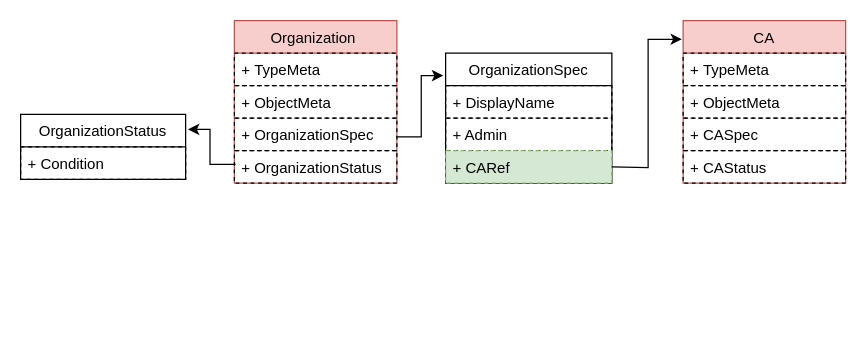
Above: page "Page-1" (1 of 2) of dev_design/models-design/organization.drawio in bestchains/product-design (draw.io), before the change. Source tidied: cells renumbered, new cells numbered last; positions are measured from the earlier drawing's top-left corner, leaving out a move shared by most shapes. Both pictures are drawn from the tidied source at 125%, with x=0, y=0 at pixel (20, 20).
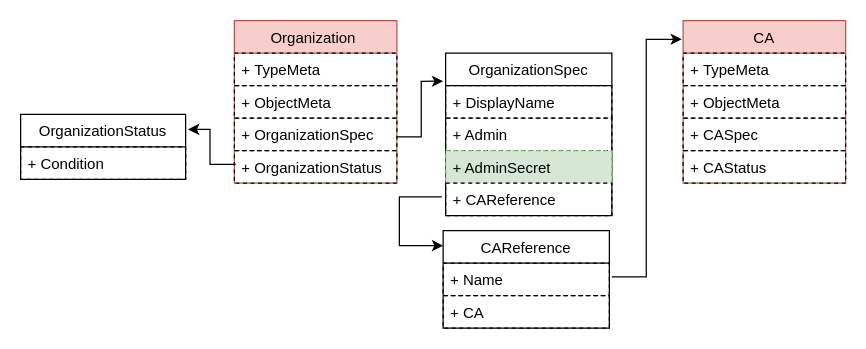
Above is the later version.

Commit message (it also covers changes not shown here):
fix: add CAReference and AdminSecret to crd Organization

The change refers to these unchanged cells:
```xml
<mxCell id="13" value="CA" style="swimlane;fontStyle=0;horizontal=1;startSize=26;fillColor=#f8cecc;rounded=0;shadow=0;comic=0;swimlaneLine=1;glass=0;swimlaneFillColor=none;strokeColor=#b85450;" parent="1" vertex="1">
  <mxGeometry x="530" width="130" height="130" as="geometry" />
</mxCell>
```

What changed in the source:
```diff
@@
     <mxCell id="2" value="OrganizationSpec" style="swimlane;fontStyle=0;horizontal=1;startSize=26;fillColor=none;rounded=0;shadow=0;comic=0;" parent="1" vertex="1">
-      <mxGeometry x="340" y="26" width="133" height="104" as="geometry" />
+      <mxGeometry x="340" y="26" width="133" height="130" as="geometry" />
     </mxCell>
@@
-    <mxCell id="5" value="+ CARef" style="text;strokeColor=#82b366;fillColor=#d5e8d4;align=left;verticalAlign=top;spacingLeft=4;spacingRight=4;overflow=hidden;dashed=1;rounded=0;" parent="2" vertex="1">
+    <mxCell id="5" value="+ AdminSecret" style="text;strokeColor=#82b366;fillColor=#d5e8d4;align=left;verticalAlign=top;spacingLeft=4;spacingRight=4;overflow=hidden;dashed=1;rounded=0;" parent="2" vertex="1">
       <mxGeometry y="78" width="133" height="26" as="geometry" />
     </mxCell>
+    <mxCell id="21" value="+ CAReference&#10;  " style="text;strokeColor=#000000;fillColor=none;align=left;verticalAlign=top;spacingLeft=4;spacingRight=4;overflow=hidden;points=[[0,0.5],[1,0.5]];portConstraint=eastwest;dashed=1;rounded=0;gradientColor=none;" parent="2" vertex="1">
+      <mxGeometry y="104" width="133" height="26" as="geometry" />
+    </mxCell>
@@
-    <mxCell id="20" style="endArrow=classic;html=1;rounded=0;entryX=-0.008;entryY=0.115;entryDx=0;entryDy=0;entryPerimeter=0;edgeStyle=orthogonalEdgeStyle;exitX=1;exitY=0.577;exitDx=0;exitDy=0;exitPerimeter=0;" parent="1" edge="1" target="13">
-      <mxGeometry relative="1" as="geometry">
-        <mxPoint x="473" y="117" as="sourcePoint" />
-      </mxGeometry>
+    <mxCell id="20" style="endArrow=classic;html=1;rounded=0;entryX=-0.008;entryY=0.115;entryDx=0;entryDy=0;entryPerimeter=0;edgeStyle=orthogonalEdgeStyle;exitX=1.015;exitY=0.423;exitDx=0;exitDy=0;exitPerimeter=0;" parent="1" edge="1" source="23" target="13">
+      <mxGeometry relative="1" as="geometry" />
     </mxCell>
+    <mxCell id="22" value="CAReference" style="swimlane;fontStyle=0;horizontal=1;startSize=26;fillColor=none;rounded=0;shadow=0;comic=0;" parent="1" vertex="1">
+      <mxGeometry x="338" y="168" width="133" height="78" as="geometry" />
+    </mxCell>
+    <mxCell id="23" value="+ Name" style="text;strokeColor=#000000;fillColor=none;align=left;verticalAlign=top;spacingLeft=4;spacingRight=4;overflow=hidden;points=[[0,0.5],[1,0.5]];portConstraint=eastwest;dashed=1;rounded=0;gradientColor=none;" parent="22" vertex="1">
+      <mxGeometry y="26" width="133" height="26" as="geometry" />
+    </mxCell>
+    <mxCell id="24" value="+ CA" style="text;strokeColor=#000000;fillColor=none;align=left;verticalAlign=top;spacingLeft=4;spacingRight=4;overflow=hidden;dashed=1;rounded=0;gradientColor=none;" parent="22" vertex="1">
+      <mxGeometry y="52" width="133" height="26" as="geometry" />
+    </mxCell>
+    <mxCell id="25" style="endArrow=classic;html=1;rounded=0;exitX=-0.023;exitY=0.423;exitDx=0;exitDy=0;exitPerimeter=0;edgeStyle=orthogonalEdgeStyle;" parent="1" edge="1" source="21" target="22">
+      <mxGeometry relative="1" as="geometry">
+        <Array as="points">
+          <mxPoint x="303" y="141" />
+          <mxPoint x="303" y="180" />
+        </Array>
+      </mxGeometry>
+    </mxCell>
```
